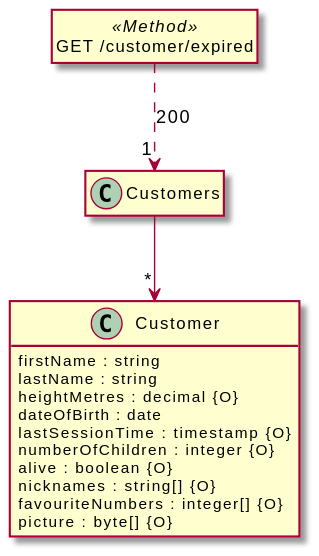
Above: src/docs/tests/path-returns-ref.puml.svg in davidmoten/openapi-to-plantuml (PlantUML), before the change. Its diagram source:
```plantuml
@startuml
hide <<Method>> circle
hide empty methods
hide empty fields
set namespaceSeparator none

class "Customer" {
  firstName : string
  lastName : string
  heightMetres : decimal {O}
  dateOfBirth : date
  lastSessionTime : timestamp {O}
  numberOfChildren : integer {O}
  alive : boolean {O}
  nicknames : string[] {O}
  favouriteNumbers : integer[] {O}
  picture : byte[] {O}
}

class "Customers" {
}

class "GET /customer/expired" <<Method>> {
}

"Customers" --> "*" "Customer"

"GET /customer/expired" ..> "1" "Customers" : "200"

@enduml
```
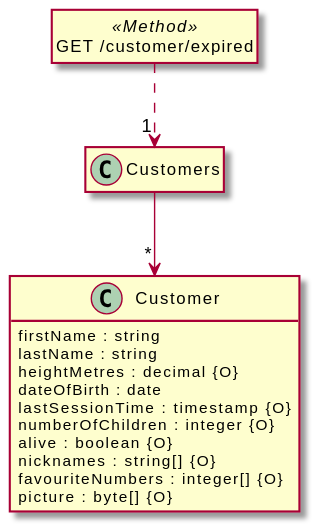
The same diagram one commit later.

The edit, as a diff of the source:
```diff
@@ -25,6 +25,6 @@
 
 "Customers" --> "*" "Customer"
 
-"GET /customer/expired" ..> "1" "Customers" : "200"
+"GET /customer/expired" ..> "1" "Customers"
 
 @enduml
```
